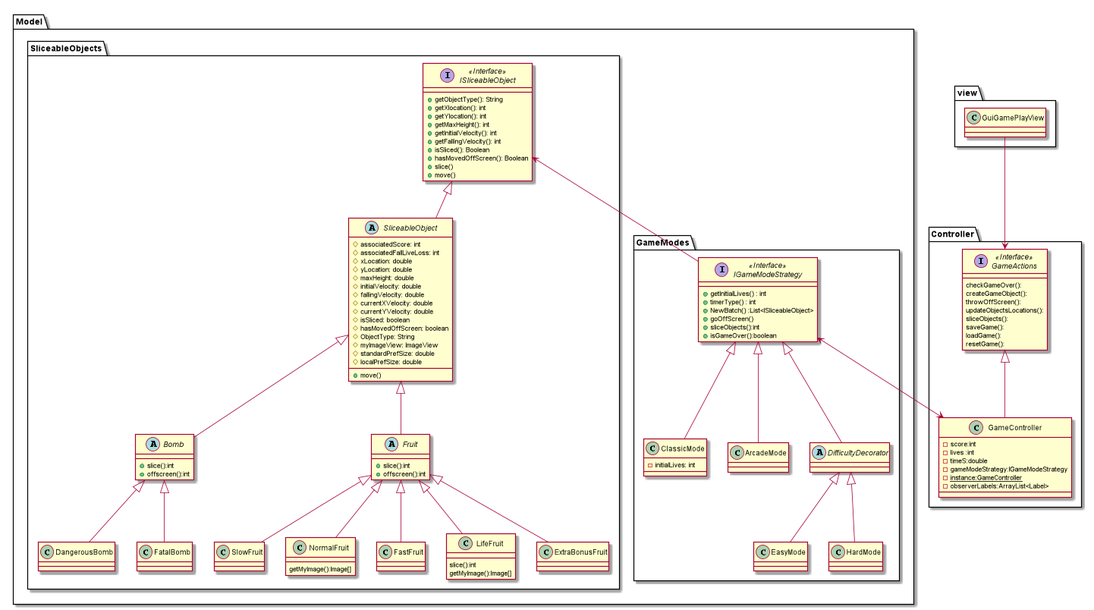
This is Fruit-Ninja-class.png from zixa5824/FruitNinja, a PlantUML export, as it was before one commit.
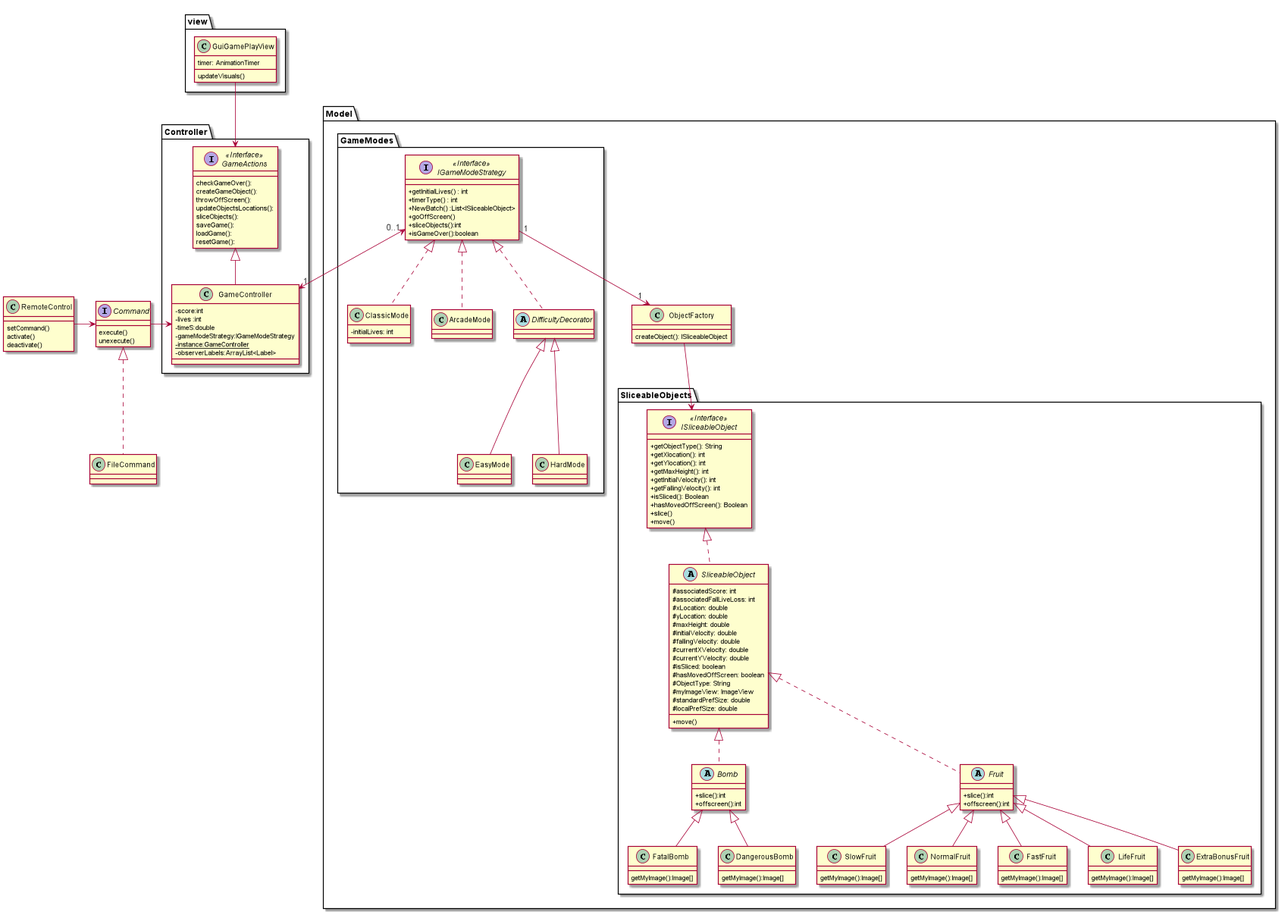
Later version of the same file.

Commit message:
cleaning + UML update

What changed in the source:
```diff
@@ -1,4 +1,9 @@
 @startuml
+
+
+skinparam classAttributeIconSize 0
+
+
 package Model{
 package SliceableObjects {
 
@@ -48,12 +53,13 @@
 
         }
 
-    ISliceableObject <|-- SliceableObject
+    ISliceableObject <|.. SliceableObject
 
-    SliceableObject <|-- Fruit
-    SliceableObject <|--  Bomb
+    SliceableObject <|.. Fruit
+    SliceableObject <|..  Bomb
 
     Class SlowFruit {
+        getMyImage():Image[]
 
     }
 
@@ -62,19 +68,25 @@
     }
 
     Class FastFruit{
+        getMyImage():Image[]
 
     }
 
     Class LifeFruit{
-        slice():int
         getMyImage():Image[]
     }
 
     Class ExtraBonusFruit{
+        getMyImage():Image[]
 
     }
 
-
+    class FatalBomb{
+        getMyImage():Image[]
+    }
+    class DangerousBomb{
+        getMyImage():Image[]
+    }
     Fruit <|-- SlowFruit
     Fruit <|-- NormalFruit
     Fruit <|-- FastFruit
@@ -96,8 +108,8 @@
     +isGameOver():boolean
 }
 
-IGameModeStrategy <|-- ClassicMode
-IGameModeStrategy <|-- ArcadeMode
+IGameModeStrategy <|.. ClassicMode
+IGameModeStrategy <|.. ArcadeMode
 
 
 Class ClassicMode {
@@ -107,7 +119,7 @@
 
 abstract class DifficultyDecorator
 
-IGameModeStrategy <|-- DifficultyDecorator
+IGameModeStrategy <|.. DifficultyDecorator
 
 DifficultyDecorator <|-- EasyMode
 DifficultyDecorator <|-- HardMode
@@ -115,7 +127,15 @@
 
 }
 
-ISliceableObject <-- IGameModeStrategy
+class ObjectFactory {
+
+    createObject(): ISliceableObject
+
+}
+
+IGameModeStrategy "1"--> "1" ObjectFactory
+
+ObjectFactory --> ISliceableObject
 }
 
 
@@ -147,13 +167,43 @@
 
 }
 
-IGameModeStrategy <--> GameController
+IGameModeStrategy "0..1" <--> "1" GameController
 
 package view {
 
-    class GuiGamePlayView
+    class GuiGamePlayView{
+
+    timer: AnimationTimer
+
+    updateVisuals()
+
+    }
 
     GuiGamePlayView --> GameActions
 
 }
+
+interface Command {
+
+   execute()
+   unexecute()
+
+}
+
+
+ Command <|.. FileCommand
+
+
+class RemoteControl {
+
+    setCommand()
+    activate()
+    deactivate()
+}
+
+RemoteControl -> Command
+Command -> GameController
+
+
+
 @enduml
```
